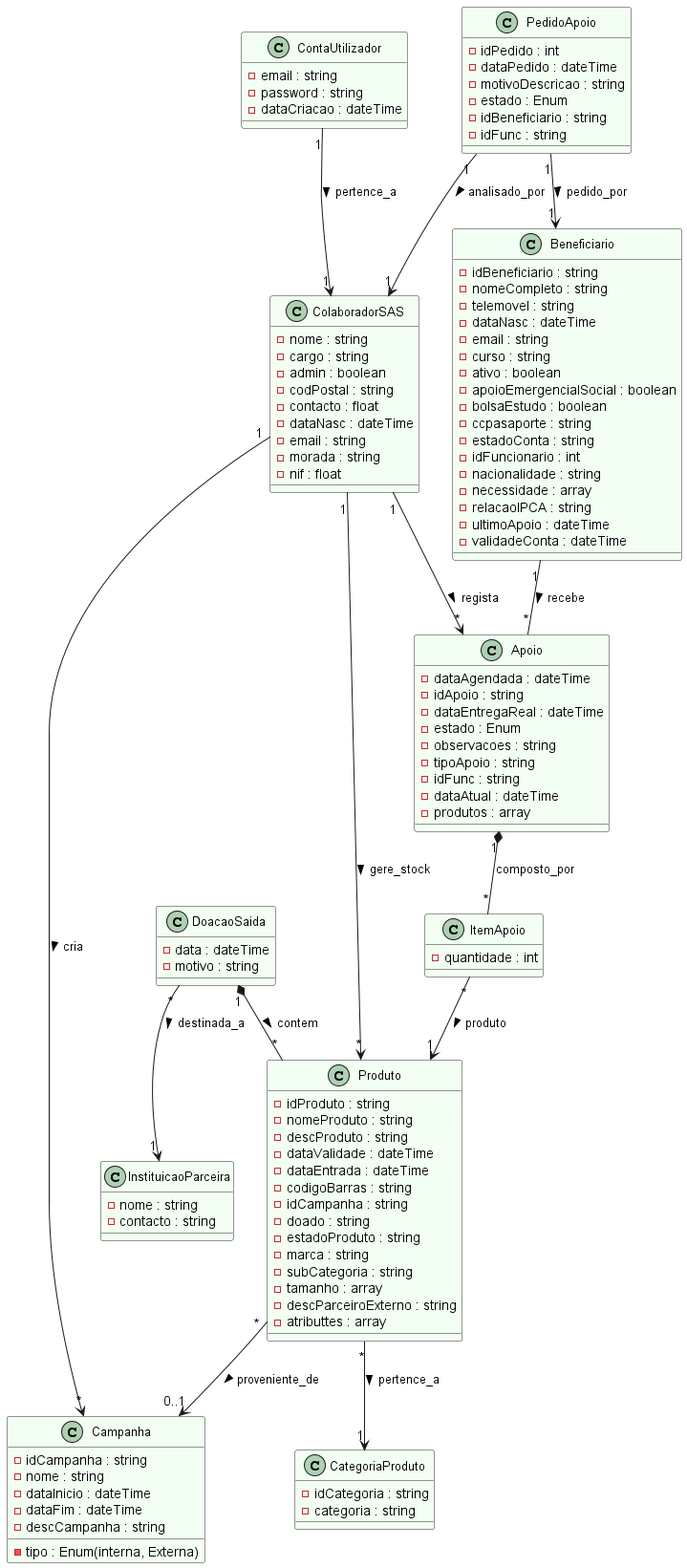
This is Diagramas/Diagrama de dominio/diagramaDominio/diagramaDominio.png from AnyTng/PDM_PA_50_10, a PlantUML export, as it was before one commit.
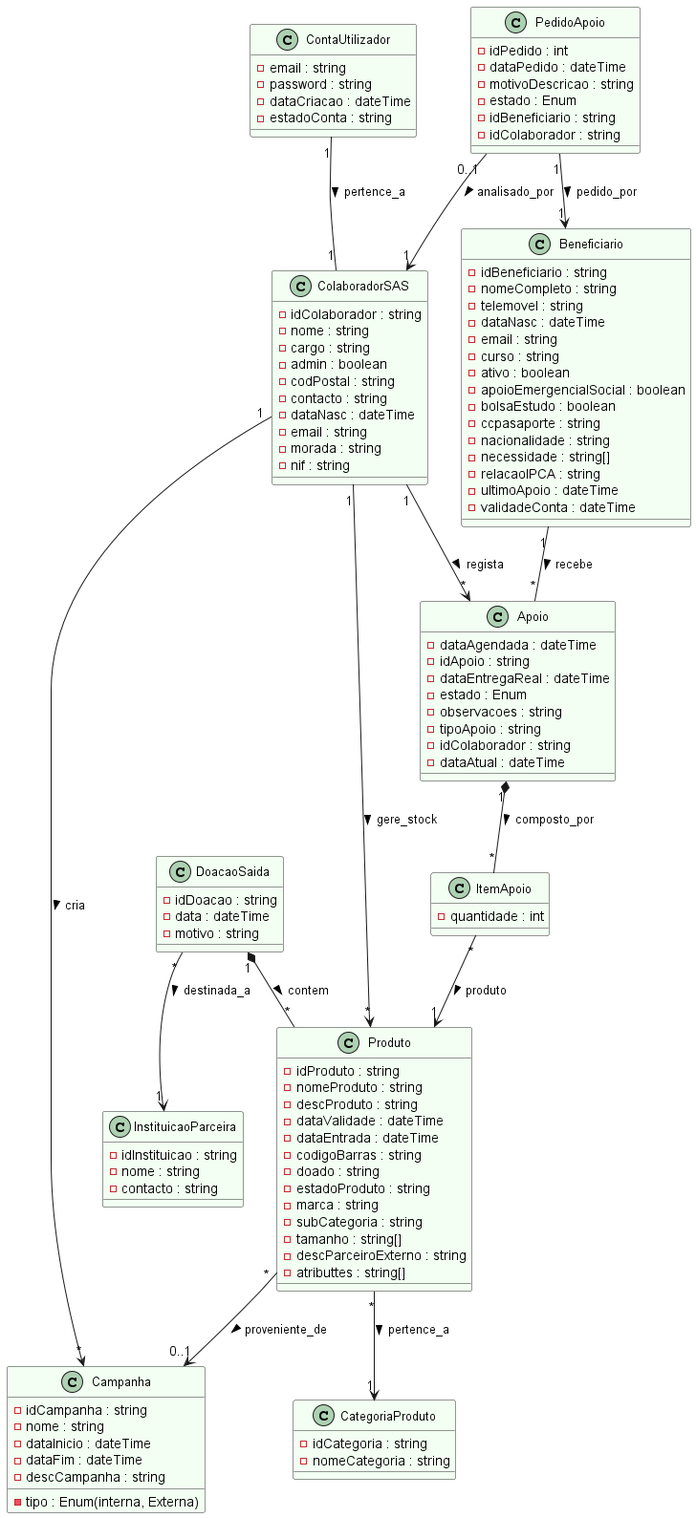
Above is the later version.

Change to the diagram source:
```diff
@@ -17,30 +17,29 @@
     -apoioEmergencialSocial : boolean
     -bolsaEstudo : boolean
     -ccpasaporte : string
-    -estadoConta : string
-    -idFuncionario : int
     -nacionalidade : string
-    -necessidade : array
+    -necessidade : string[]
     -relacaoIPCA : string
     -ultimoApoio : dateTime
     -validadeConta : dateTime
 }
 
 class ColaboradorSAS {
+    -idColaborador : string
     -nome : string
     -cargo : string
     -admin : boolean
     -codPostal : string
-    -contacto : float
+    -contacto : string
     -dataNasc : dateTime
     -email : string
     -morada : string
-    -nif : float
+    -nif : string
 }
 
 class CategoriaProduto {
     -idCategoria : string
-    -categoria : string
+    -nomeCategoria : string
 }
 
 class Produto {
@@ -50,14 +49,13 @@
     -dataValidade : dateTime
     -dataEntrada : dateTime
     -codigoBarras : string
-    -idCampanha : string
     -doado : string
     -estadoProduto : string
     -marca : string
     -subCategoria : string
-    -tamanho : array
+    -tamanho : string[]
     -descParceiroExterno : string
-    -atributtes : array
+    -atributtes : string[]
 }
 
 class Campanha {
@@ -73,6 +71,7 @@
     -email : string
     -password : string
     -dataCriacao : dateTime
+    -estadoConta : string
 }
 
 class PedidoApoio {
@@ -81,7 +80,7 @@
     -motivoDescricao : string
     -estado : Enum
     -idBeneficiario : string
-    -idFunc : string
+    -idColaborador : string
 }
 
 class Apoio {
@@ -91,9 +90,8 @@
     -estado : Enum
     -observacoes : string
     -tipoApoio : string
-    -idFunc : string
+    -idColaborador : string
     -dataAtual : dateTime
-    -produtos : array
 }
 
 class ItemApoio {
@@ -101,11 +99,13 @@
 }
 
 class InstituicaoParceira {
+    -idInstituicao : string
     -nome : string
     -contacto : string
 }
 
 class DoacaoSaida {
+    -idDoacao : string
     -data : dateTime
     -motivo : string
 }
@@ -113,7 +113,7 @@
 
 Beneficiario "1" -- "*" Apoio : recebe >
 
-Apoio "1" *-- "*" ItemApoio : composto_por
+Apoio "1" *-- "*" ItemApoio : composto_por >
 ItemApoio "*" --> "1" Produto : produto >
 
 Produto "*" --> "1" CategoriaProduto : pertence_a >
@@ -128,8 +128,8 @@
 ColaboradorSAS "1" --> "*" Campanha : cria >
 
 PedidoApoio "1" --> "1" Beneficiario : pedido_por >
-PedidoApoio "1" --> "1" ColaboradorSAS : analisado_por >
+PedidoApoio "0..1" --> "1" ColaboradorSAS : analisado_por >
 
-ContaUtilizador "1" --> "1" ColaboradorSAS : pertence_a >
+ContaUtilizador "1" -- "1" ColaboradorSAS : pertence_a >
 
 @enduml
```
